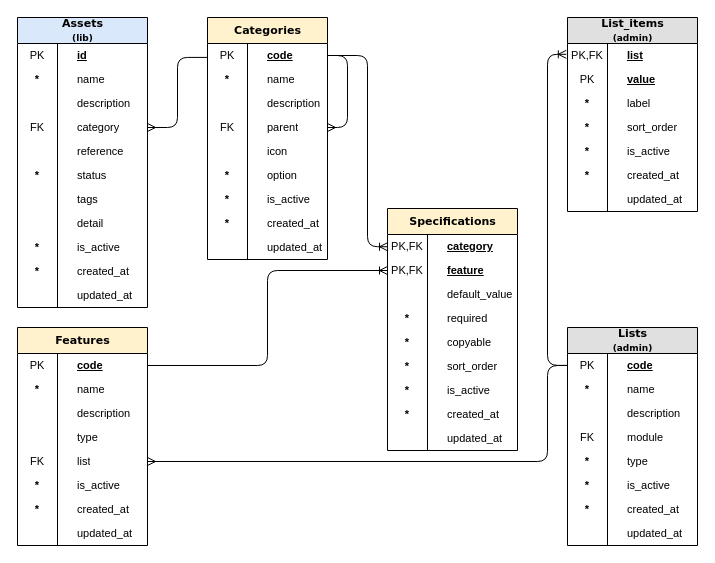
The draw.io diagram page "taxo" (3 of 8) of docs/models.drawio in abc-flex/synapxia, before the edit. Source tidied: cells renumbered, new cells numbered last; positions are measured from the earlier drawing's top-left corner, leaving out a move shared by most shapes. Both pictures are drawn from the tidied source at 100%, with x=0, y=0 at pixel (17, 17).
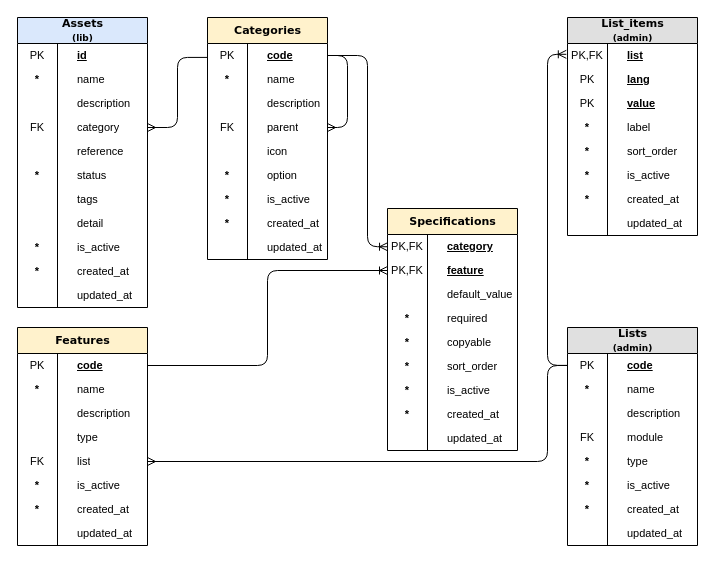
Above is the later version.

What changed in the source:
```diff
@@
     <mxCell id="84" value="&lt;span style=&quot;background-color: transparent; color: light-dark(rgb(0, 0, 0), rgb(255, 255, 255));&quot;&gt;List_items&lt;/span&gt;&lt;div&gt;&lt;span style=&quot;background-color: transparent; color: light-dark(rgb(0, 0, 0), rgb(255, 255, 255));&quot;&gt;&lt;font style=&quot;font-size: 9px;&quot;&gt;(admin)&lt;/font&gt;&lt;/span&gt;&lt;/div&gt;" style="swimlane;html=1;fontStyle=1;horizontal=1;startSize=26;fillColor=#e0e0e0;swimlaneFillColor=#ffffff;align=center;rounded=0;shadow=0;comic=0;labelBackgroundColor=none;strokeWidth=1;fontFamily=Verdana;fontSize=11;spacing=0;" parent="1" vertex="1">
-      <mxGeometry x="550" width="130" height="194" as="geometry" />
+      <mxGeometry x="550" width="130" height="218" as="geometry" />
     </mxCell>
@@
-    <mxCell id="87" value="&lt;u&gt;value&lt;/u&gt;" style="shape=partialRectangle;top=0;left=0;right=0;bottom=0;html=1;align=left;verticalAlign=middle;fillColor=none;spacingLeft=60;spacingRight=4;whiteSpace=wrap;overflow=hidden;fontStyle=1;fontSize=11;spacing=0;" parent="84" vertex="1">
+    <mxCell id="87" value="&lt;u&gt;lang&lt;/u&gt;" style="shape=partialRectangle;top=0;left=0;right=0;bottom=0;html=1;align=left;verticalAlign=middle;fillColor=none;spacingLeft=60;spacingRight=4;whiteSpace=wrap;overflow=hidden;fontStyle=1;fontSize=11;spacing=0;" parent="84" vertex="1">
       <mxGeometry y="50" width="130" height="24" as="geometry" />
     </mxCell>
@@
+    <mxCell id="118" value="&lt;u&gt;value&lt;/u&gt;" style="shape=partialRectangle;top=0;left=0;right=0;bottom=0;html=1;align=left;verticalAlign=middle;fillColor=none;spacingLeft=60;spacingRight=4;whiteSpace=wrap;overflow=hidden;fontStyle=1;fontSize=11;spacing=0;" parent="84" vertex="1">
+      <mxGeometry y="74" width="130" height="24" as="geometry" />
+    </mxCell>
+    <mxCell id="119" value="&lt;span style=&quot;font-weight: normal;&quot;&gt;PK&lt;/span&gt;" style="shape=partialRectangle;fontStyle=1;top=0;left=0;bottom=0;html=1;fillColor=none;align=center;verticalAlign=middle;spacingLeft=4;spacingRight=4;whiteSpace=wrap;overflow=hidden;fontSize=11;spacing=0;" parent="118" vertex="1">
+      <mxGeometry width="40" height="24" as="geometry" />
+    </mxCell>
     <mxCell id="89" value="label" style="shape=partialRectangle;top=0;left=0;right=0;bottom=0;html=1;align=left;verticalAlign=middle;fillColor=none;spacingLeft=60;spacingRight=4;whiteSpace=wrap;overflow=hidden;fontStyle=0;fontSize=11;spacing=0;" parent="84" vertex="1">
-      <mxGeometry y="74" width="130" height="24" as="geometry" />
+      <mxGeometry y="98" width="130" height="24" as="geometry" />
     </mxCell>
@@
     <mxCell id="91" value="sort_order" style="shape=partialRectangle;top=0;left=0;right=0;bottom=0;html=1;align=left;verticalAlign=middle;fillColor=none;spacingLeft=60;spacingRight=4;whiteSpace=wrap;overflow=hidden;fontStyle=0;fontSize=11;spacing=0;" parent="84" vertex="1">
-      <mxGeometry y="98" width="130" height="24" as="geometry" />
+      <mxGeometry y="122" width="130" height="24" as="geometry" />
     </mxCell>
@@
     <mxCell id="93" value="is_active" style="shape=partialRectangle;top=0;left=0;right=0;bottom=0;html=1;align=left;verticalAlign=middle;fillColor=none;spacingLeft=60;spacingRight=4;whiteSpace=wrap;overflow=hidden;fontStyle=0;fontSize=11;spacing=0;" parent="84" vertex="1">
-      <mxGeometry y="122" width="130" height="24" as="geometry" />
+      <mxGeometry y="146" width="130" height="24" as="geometry" />
     </mxCell>
@@
     <mxCell id="95" value="created_at" style="shape=partialRectangle;top=0;left=0;right=0;bottom=0;html=1;align=left;verticalAlign=middle;fillColor=none;spacingLeft=60;spacingRight=4;whiteSpace=wrap;overflow=hidden;fontStyle=0;fontSize=11;spacing=0;" parent="84" vertex="1">
-      <mxGeometry y="146" width="130" height="24" as="geometry" />
+      <mxGeometry y="170" width="130" height="24" as="geometry" />
     </mxCell>
@@
     <mxCell id="97" value="updated_at" style="shape=partialRectangle;top=0;left=0;right=0;bottom=0;html=1;align=left;verticalAlign=middle;fillColor=none;spacingLeft=60;spacingRight=4;whiteSpace=wrap;overflow=hidden;fontStyle=0;fontSize=11;spacing=0;" parent="84" vertex="1">
-      <mxGeometry y="170" width="130" height="24" as="geometry" />
+      <mxGeometry y="194" width="130" height="24" as="geometry" />
     </mxCell>
```
